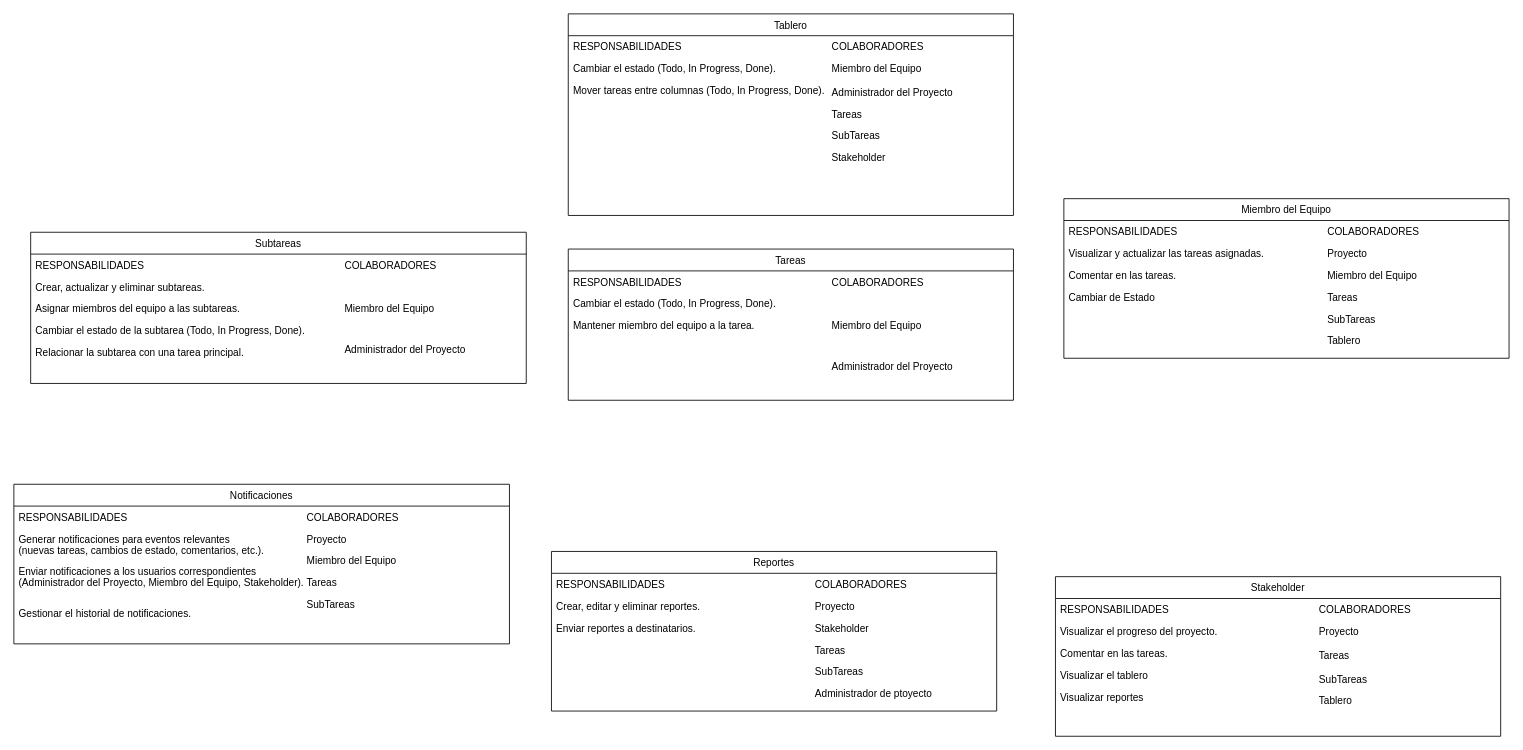
Before: page "CRC" (3 of 3) of DIAGRAMA DE CLASES, SECUENCIAS Y CRC.drawio in Juarezgump655/Analisis_Sistemas_II, a draw.io diagram. Source tidied: cells renumbered, new cells numbered last; positions are measured from the earlier drawing's top-left corner, leaving out a move shared by most shapes. Both pictures are drawn from the tidied source at 84%, with x=0, y=0 at pixel (13, 13).
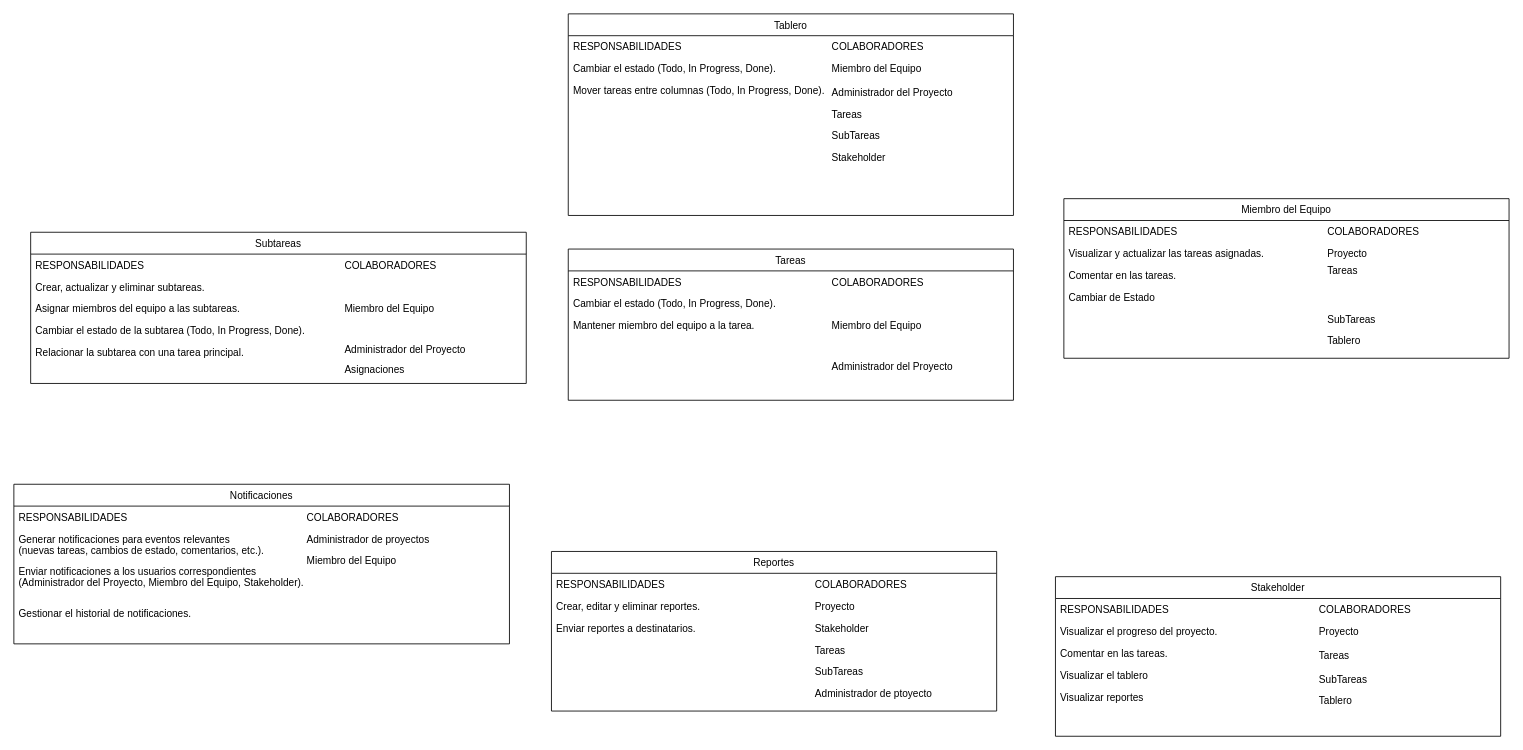
The same page after the edit.

Commit message:
Se raeliz cambios soliicitados

The change refers to these unchanged cells:
```xml
<mxCell id="8" style="group;" parent="2" vertex="1">
  <mxGeometry x="308" y="26" width="220" height="156" as="geometry" />
</mxCell>
<mxCell id="68" style="group;" parent="61" vertex="1">
  <mxGeometry x="308" y="26" width="220" height="156" as="geometry" />
</mxCell>
<mxCell id="78" style="group;" parent="72" vertex="1">
  <mxGeometry x="342.9" y="26" width="244.9" height="156" as="geometry" />
</mxCell>
```

What changed in the source:
```diff
@@
-    <mxCell id="11" value="Miembro del Equipo" style="text;align=left;verticalAlign=top;spacingLeft=4;spacingRight=4;overflow=hidden;rounded=0;shadow=0;html=0;" parent="8" vertex="1">
-      <mxGeometry y="52" width="220" height="26" as="geometry" />
-    </mxCell>
     <mxCell id="12" value="Tareas " style="text;align=left;verticalAlign=top;spacingLeft=4;spacingRight=4;overflow=hidden;rounded=0;shadow=0;html=0;" parent="8" vertex="1">
-      <mxGeometry y="78" width="220" height="26" as="geometry" />
+      <mxGeometry y="46" width="220" height="26" as="geometry" />
     </mxCell>
@@
+    <mxCell id="84" value="Asignaciones" style="text;align=left;verticalAlign=top;spacingLeft=4;spacingRight=4;overflow=hidden;rounded=0;shadow=0;html=0;" parent="68" vertex="1">
+      <mxGeometry y="124" width="220" height="26" as="geometry" />
+    </mxCell>
@@
-    <mxCell id="80" value="Proyecto" style="text;align=left;verticalAlign=top;spacingLeft=4;spacingRight=4;overflow=hidden;rounded=0;shadow=0;html=0;" parent="78" vertex="1">
+    <mxCell id="80" value="Administrador de proyectos" style="text;align=left;verticalAlign=top;spacingLeft=4;spacingRight=4;overflow=hidden;rounded=0;shadow=0;html=0;" parent="78" vertex="1">
       <mxGeometry y="26" width="244.9" height="26" as="geometry" />
     </mxCell>
@@
-    <mxCell id="82" value="Tareas " style="text;align=left;verticalAlign=top;spacingLeft=4;spacingRight=4;overflow=hidden;rounded=0;shadow=0;html=0;" parent="78" vertex="1">
-      <mxGeometry y="78" width="244.9" height="26" as="geometry" />
-    </mxCell>
-    <mxCell id="83" value="SubTareas" style="text;align=left;verticalAlign=top;spacingLeft=4;spacingRight=4;overflow=hidden;rounded=0;shadow=0;html=0;" parent="78" vertex="1">
-      <mxGeometry y="104" width="244.9" height="26" as="geometry" />
-    </mxCell>
```
